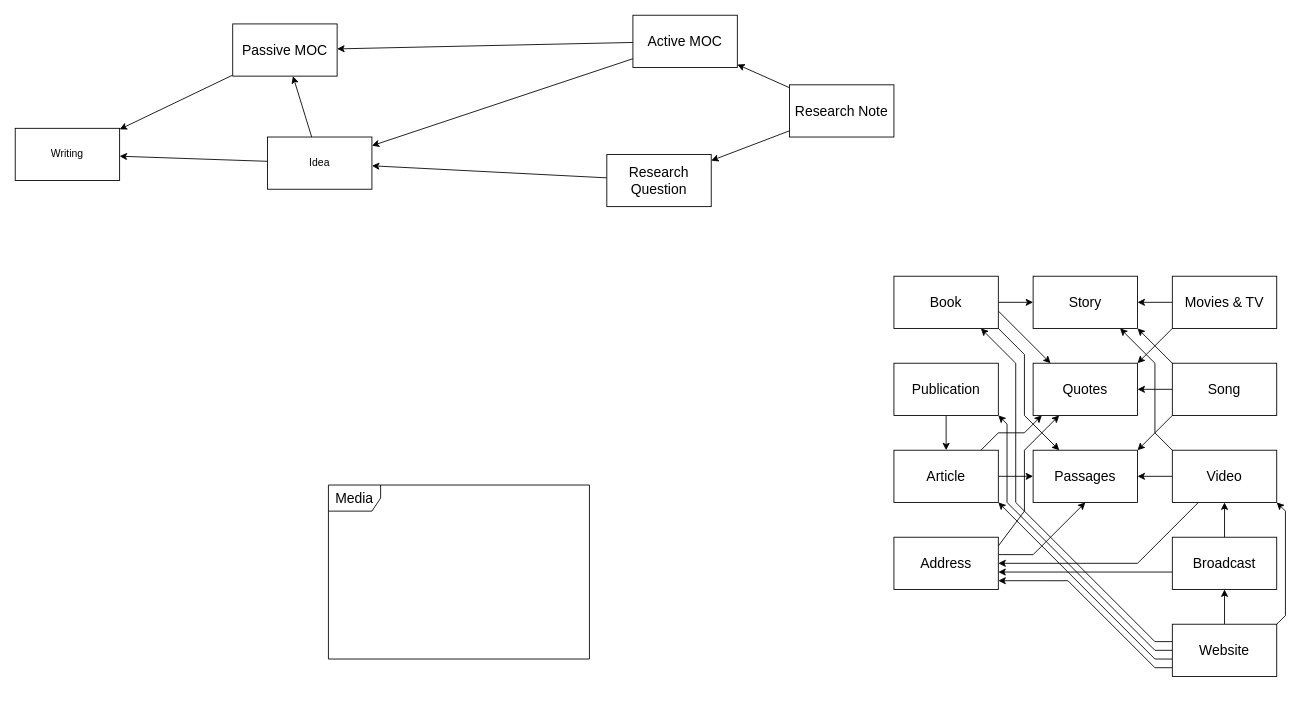
This is Obsidian Structure.drawio from Badwolf369/Diagrams, a draw.io file, before an edit. Source tidied: cells renumbered, new cells numbered last; positions are measured from the earlier drawing's top-left corner, leaving out a move shared by most shapes. Both pictures are drawn from the tidied source at 87%, with x=0, y=0 at pixel (15, 15).
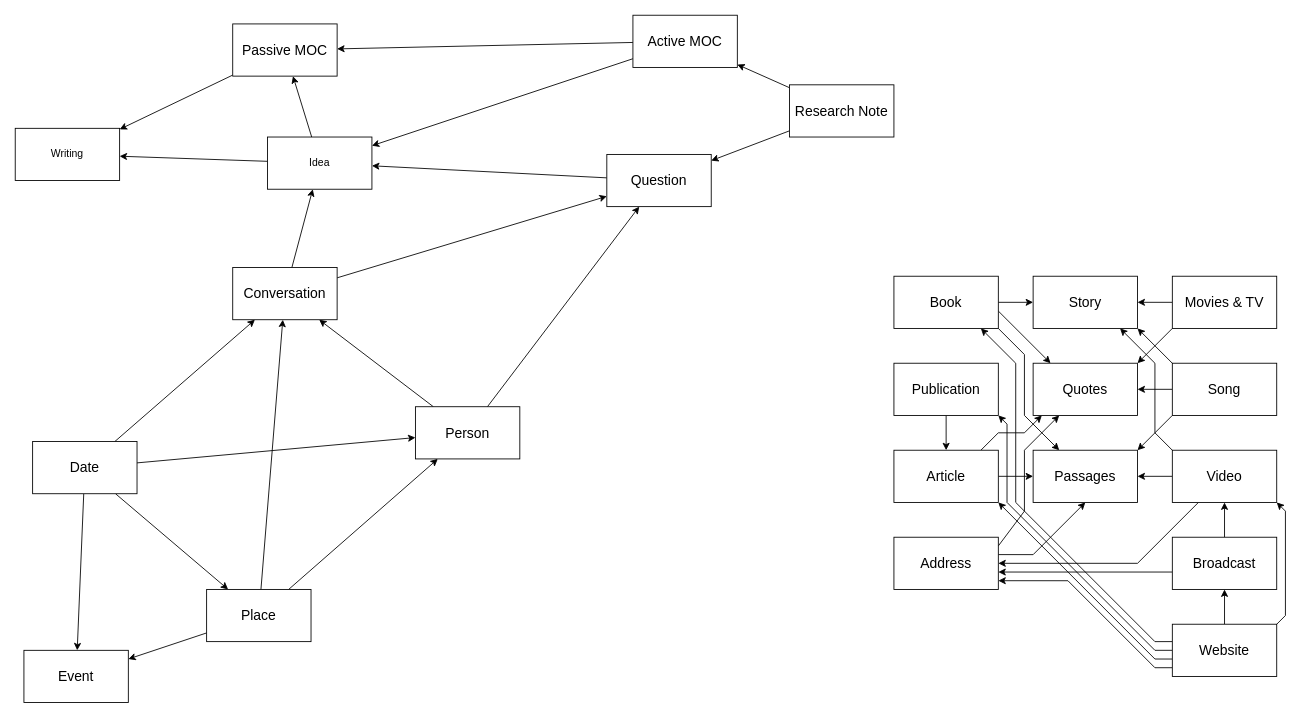
Above is the later version.

Unchanged cells that the change refers to:
```xml
<mxCell id="4" value="Idea" style="rounded=0;whiteSpace=wrap;html=1;sketch=0;" parent="1" vertex="1">
  <mxGeometry x="290" y="140" width="120" height="60" as="geometry" />
</mxCell>
```

The edit, as a diff of the source:
```diff
@@
-    <mxCell id="12" value="Research Question" style="rounded=0;whiteSpace=wrap;html=1;fontSize=16;" parent="1" vertex="1">
+    <mxCell id="12" value="Question" style="rounded=0;whiteSpace=wrap;html=1;fontSize=16;" parent="1" vertex="1">
       <mxGeometry x="680" y="160" width="120" height="60" as="geometry" />
     </mxCell>
@@
-    <mxCell id="16" value="Media" style="shape=umlFrame;whiteSpace=wrap;html=1;fontSize=16;" parent="1" vertex="1">
-      <mxGeometry x="360" y="540" width="300" height="200" as="geometry" />
-    </mxCell>
@@
+    <mxCell id="53" style="edgeStyle=none;rounded=0;sketch=0;jettySize=auto;html=1;fontSize=12;endArrow=classic;endFill=1;startSize=6;endSize=6;" parent="1" edge="1" source="55" target="58">
+      <mxGeometry relative="1" as="geometry" />
+    </mxCell>
+    <mxCell id="54" style="edgeStyle=none;rounded=0;sketch=0;jettySize=auto;html=1;fontSize=12;endArrow=classic;endFill=1;startSize=6;endSize=6;" parent="1" edge="1" source="55" target="12">
+      <mxGeometry relative="1" as="geometry" />
+    </mxCell>
+    <mxCell id="55" value="Person" style="rounded=0;whiteSpace=wrap;html=1;fontSize=16;" parent="1" vertex="1">
+      <mxGeometry x="460" y="450" width="120" height="60" as="geometry" />
+    </mxCell>
+    <mxCell id="56" style="edgeStyle=none;rounded=0;sketch=0;jettySize=auto;html=1;fontSize=12;endArrow=classic;endFill=1;startSize=6;endSize=6;" parent="1" edge="1" source="58" target="4">
+      <mxGeometry relative="1" as="geometry" />
+    </mxCell>
+    <mxCell id="57" style="edgeStyle=none;rounded=0;sketch=0;jettySize=auto;html=1;fontSize=12;endArrow=classic;endFill=1;startSize=6;endSize=6;" parent="1" edge="1" source="58" target="12">
+      <mxGeometry relative="1" as="geometry" />
+    </mxCell>
+    <mxCell id="58" value="Conversation" style="rounded=0;whiteSpace=wrap;html=1;fontSize=16;" parent="1" vertex="1">
+      <mxGeometry x="250" y="290" width="120" height="60" as="geometry" />
+    </mxCell>
+    <mxCell id="59" style="edgeStyle=none;rounded=0;sketch=0;jettySize=auto;html=1;fontSize=12;endArrow=classic;endFill=1;startSize=6;endSize=6;" parent="1" edge="1" source="63" target="58">
+      <mxGeometry relative="1" as="geometry" />
+    </mxCell>
+    <mxCell id="60" style="edgeStyle=none;rounded=0;sketch=0;jettySize=auto;html=1;fontSize=12;endArrow=classic;endFill=1;startSize=6;endSize=6;" parent="1" edge="1" source="63" target="67">
+      <mxGeometry relative="1" as="geometry" />
+    </mxCell>
+    <mxCell id="61" style="edgeStyle=none;rounded=0;sketch=0;jettySize=auto;html=1;fontSize=12;endArrow=classic;endFill=1;startSize=6;endSize=6;" parent="1" edge="1" source="63" target="68">
+      <mxGeometry relative="1" as="geometry" />
+    </mxCell>
+    <mxCell id="62" style="edgeStyle=none;rounded=0;sketch=0;jettySize=auto;html=1;fontSize=12;endArrow=classic;endFill=1;startSize=6;endSize=6;" parent="1" edge="1" source="63" target="55">
+      <mxGeometry relative="1" as="geometry" />
+    </mxCell>
+    <mxCell id="63" value="Date" style="rounded=0;whiteSpace=wrap;html=1;fontSize=16;" parent="1" vertex="1">
+      <mxGeometry x="20" y="490" width="120" height="60" as="geometry" />
+    </mxCell>
+    <mxCell id="64" style="edgeStyle=none;rounded=0;sketch=0;jettySize=auto;html=1;fontSize=12;endArrow=classic;endFill=1;startSize=6;endSize=6;" parent="1" edge="1" source="67" target="58">
+      <mxGeometry relative="1" as="geometry" />
+    </mxCell>
+    <mxCell id="65" style="edgeStyle=none;rounded=0;sketch=0;jettySize=auto;html=1;fontSize=12;endArrow=classic;endFill=1;startSize=6;endSize=6;" parent="1" edge="1" source="67" target="68">
+      <mxGeometry relative="1" as="geometry" />
+    </mxCell>
+    <mxCell id="66" style="edgeStyle=none;rounded=0;sketch=0;jettySize=auto;html=1;fontSize=12;endArrow=classic;endFill=1;startSize=6;endSize=6;" parent="1" edge="1" source="67" target="55">
+      <mxGeometry relative="1" as="geometry" />
+    </mxCell>
+    <mxCell id="67" value="Place" style="rounded=0;whiteSpace=wrap;html=1;fontSize=16;" parent="1" vertex="1">
+      <mxGeometry x="220" y="660" width="120" height="60" as="geometry" />
+    </mxCell>
+    <mxCell id="68" value="Event" style="rounded=0;whiteSpace=wrap;html=1;fontSize=16;" parent="1" vertex="1">
+      <mxGeometry x="10" y="730" width="120" height="60" as="geometry" />
+    </mxCell>
```
